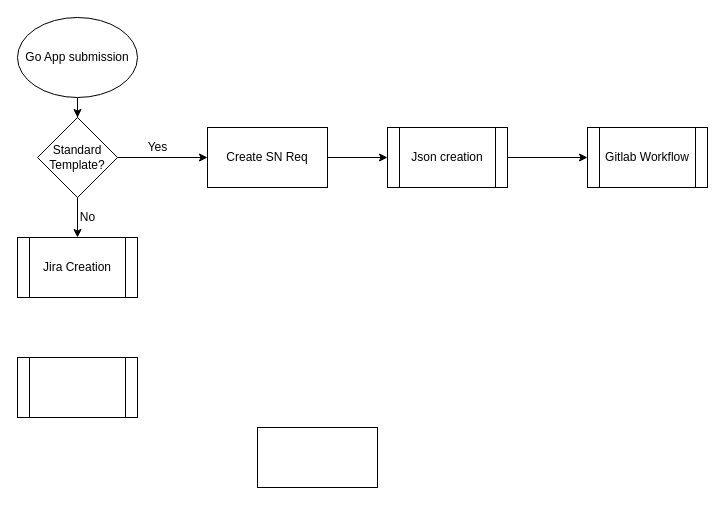
The draw.io diagram page "Submission form" (1 of 6) of Process for new API.drawio in bhrobinson/draw.io, before the edit. Source tidied: cells renumbered, new cells numbered last; positions are measured from the earlier drawing's top-left corner, leaving out a move shared by most shapes. Both pictures are drawn from the tidied source at 100%, with x=0, y=0 at pixel (17, 17).
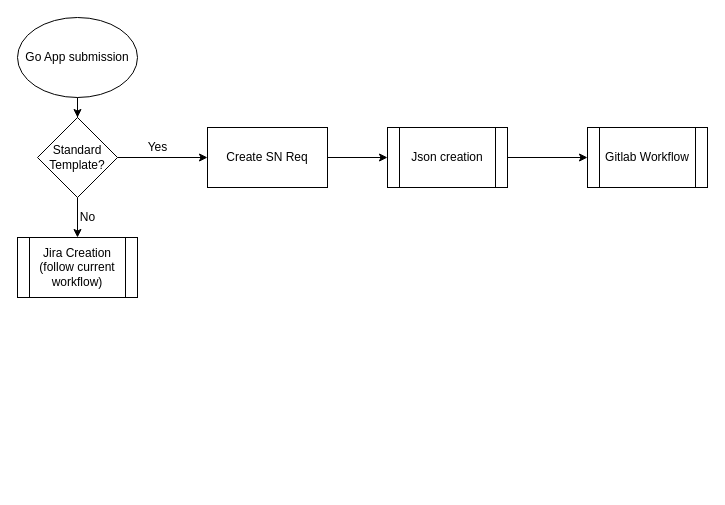
Above is the later version.

Change to the diagram source:
```diff
@@
 <mxGraphModel>
   <root>
     <mxCell id="0" />
     <mxCell id="1" parent="0" />
     <mxCell id="2" style="edgeStyle=orthogonalEdgeStyle;rounded=0;jettySize=auto;html=1;" parent="1" edge="1" source="3" target="10">
       <mxGeometry relative="1" as="geometry" />
     </mxCell>
     <mxCell id="3" value="Go App submission" style="ellipse;whiteSpace=wrap;html=1;" parent="1" vertex="1">
       <mxGeometry width="120" height="80" as="geometry" />
     </mxCell>
-    <mxCell id="4" value="Jira Creation" style="shape=process;whiteSpace=wrap;html=1;backgroundOutline=1;" parent="1" vertex="1">
+    <mxCell id="4" value="Jira Creation&lt;br&gt;(follow current workflow)" style="shape=process;whiteSpace=wrap;html=1;backgroundOutline=1;" parent="1" vertex="1">
       <mxGeometry y="220" width="120" height="60" as="geometry" />
     </mxCell>
     <mxCell id="5" style="edgeStyle=orthogonalEdgeStyle;rounded=0;jettySize=auto;html=1;" parent="1" edge="1" source="6" target="14">
       <mxGeometry relative="1" as="geometry" />
     </mxCell>
     <mxCell id="6" value="Json creation" style="shape=process;whiteSpace=wrap;html=1;backgroundOutline=1;" parent="1" vertex="1">
       <mxGeometry x="370" y="110" width="120" height="60" as="geometry" />
     </mxCell>
-    <mxCell id="7" style="shape=process;whiteSpace=wrap;html=1;backgroundOutline=1;" parent="1" vertex="1">
-      <mxGeometry y="340" width="120" height="60" as="geometry" />
-    </mxCell>
     <mxCell id="8" style="edgeStyle=orthogonalEdgeStyle;rounded=0;jettySize=auto;html=1;" parent="1" edge="1" source="10" target="4">
       <mxGeometry relative="1" as="geometry" />
     </mxCell>
     <mxCell id="9" style="edgeStyle=orthogonalEdgeStyle;rounded=0;jettySize=auto;html=1;" parent="1" edge="1" source="10" target="13">
       <mxGeometry relative="1" as="geometry" />
     </mxCell>
     <mxCell id="10" value="Standard Template?" style="rhombus;whiteSpace=wrap;html=1;" parent="1" vertex="1">
       <mxGeometry x="20" y="100" width="80" height="80" as="geometry" />
     </mxCell>
-    <mxCell id="11" style="rounded=0;whiteSpace=wrap;html=1;" parent="1" vertex="1">
-      <mxGeometry x="240" y="410" width="120" height="60" as="geometry" />
-    </mxCell>
     <mxCell id="12" style="edgeStyle=orthogonalEdgeStyle;rounded=0;jettySize=auto;html=1;" parent="1" edge="1" source="13" target="6">
       <mxGeometry relative="1" as="geometry" />
     </mxCell>
     <mxCell id="13" value="Create SN Req" style="rounded=0;whiteSpace=wrap;html=1;" parent="1" vertex="1">
       <mxGeometry x="190" y="110" width="120" height="60" as="geometry" />
     </mxCell>
     <mxCell id="14" value="Gitlab Workflow" style="shape=process;whiteSpace=wrap;html=1;backgroundOutline=1;" parent="1" vertex="1">
       <mxGeometry x="570" y="110" width="120" height="60" as="geometry" />
     </mxCell>
     <mxCell id="15" value="Yes" style="text;html=1;align=center;verticalAlign=middle;strokeColor=none;fillColor=none;" parent="1" vertex="1">
       <mxGeometry x="120" y="120" width="40" height="20" as="geometry" />
     </mxCell>
     <mxCell id="16" value="No" style="text;html=1;align=center;verticalAlign=middle;strokeColor=none;fillColor=none;" parent="1" vertex="1">
       <mxGeometry x="55" y="190" width="30" height="20" as="geometry" />
     </mxCell>
   </root>
 </mxGraphModel>
```
